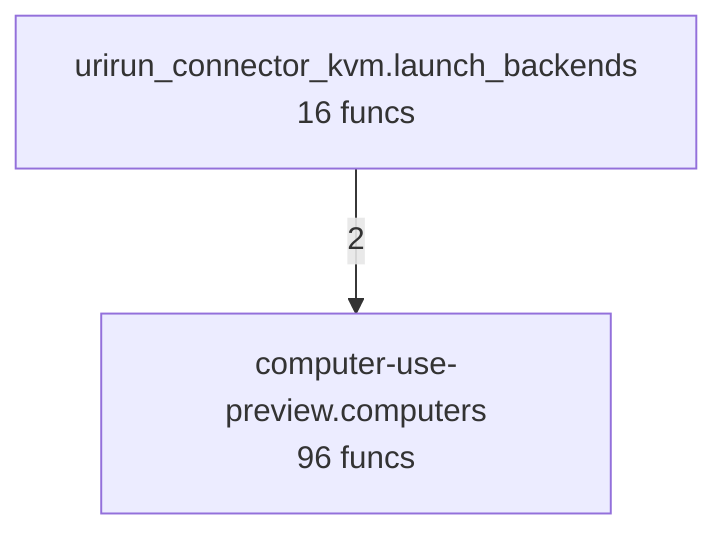
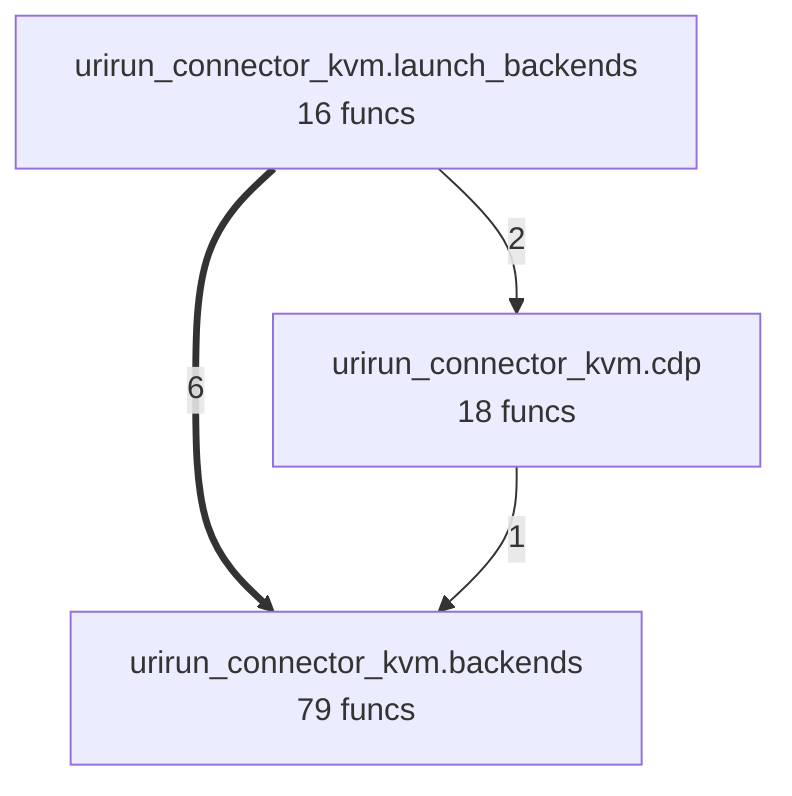
flowchart TD
%% generated in 0.01s
-     computer_use_preview__computers["computer-use-preview.computers<br/>96 funcs"]
+     urirun_connector_kvm__backends["urirun_connector_kvm.backends<br/>79 funcs"]
+     urirun_connector_kvm__cdp["urirun_connector_kvm.cdp<br/>18 funcs"]
    urirun_connector_kvm__launch_backends["urirun_connector_kvm.launch_backends<br/>16 funcs"]
-     urirun_connector_kvm__launch_backends -->|2| computer_use_preview__computers
+     urirun_connector_kvm__launch_backends ==>|6| urirun_connector_kvm__backends
+     urirun_connector_kvm__launch_backends -->|2| urirun_connector_kvm__cdp
+     urirun_connector_kvm__cdp -->|1| urirun_connector_kvm__backends
